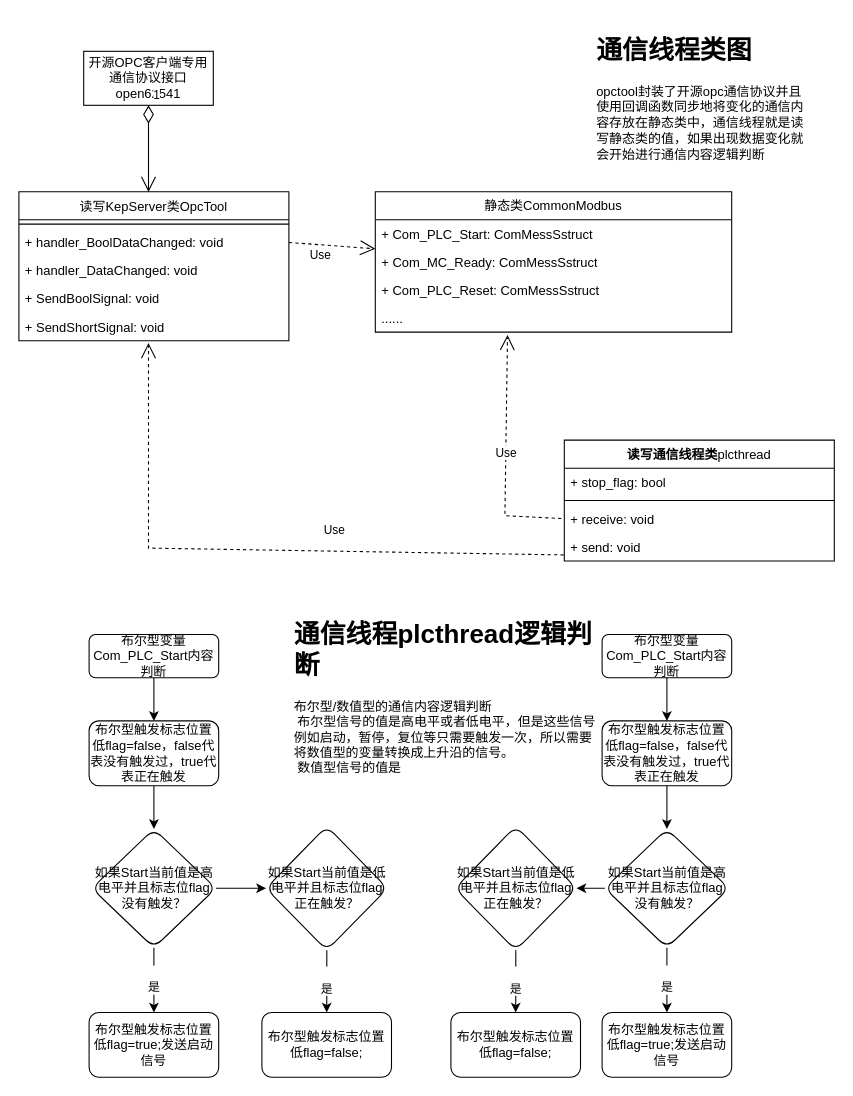
Above: 通信逻辑判断.drawio in wjaswdd/draw.io (draw.io), before the change. Source tidied: cells renumbered, new cells numbered last; positions are measured from the earlier drawing's top-left corner, leaving out a move shared by most shapes. Both pictures are drawn from the tidied source at 108%, with x=0, y=0 at pixel (18, 29).
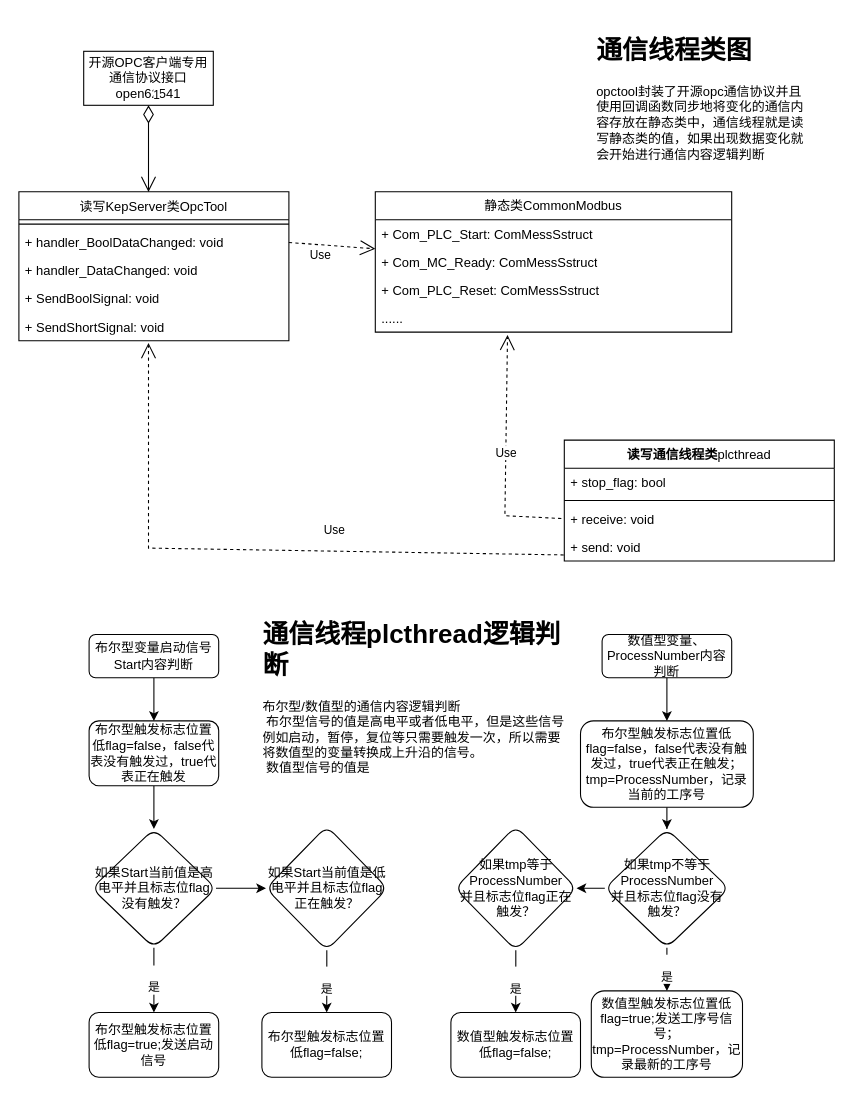
The same diagram, later.

Commit message (it also covers changes not shown here):
更新通信逻辑判断.drawio

What changed in the source:
```diff
@@
-    <mxCell id="3" value="布尔型变量Com_PLC_Start内容判断" style="rounded=1;whiteSpace=wrap;html=1;fontSize=12;glass=0;strokeWidth=1;shadow=0;" parent="1" vertex="1">
+    <mxCell id="3" value="布尔型变量启动信号Start内容判断" style="rounded=1;whiteSpace=wrap;html=1;fontSize=12;glass=0;strokeWidth=1;shadow=0;" parent="1" vertex="1">
       <mxGeometry x="65" y="560" width="120" height="40" as="geometry" />
     </mxCell>
     <mxCell id="4" value="&lt;h1&gt;通信线程plcthread逻辑判断&lt;/h1&gt;&lt;div&gt;布尔型/数值型的通信内容逻辑判断&lt;/div&gt;&lt;div&gt;&lt;span style=&quot;white-space: pre;&quot;&gt; &lt;/span&gt;布尔型信号的值是高电平或者低电平，但是这些信号例如启动，暂停，复位等只需要触发一次，所以需要将数值型的变量转换成上升沿的信号。&lt;/div&gt;&lt;div&gt;&lt;span style=&quot;white-space: pre;&quot;&gt; &lt;/span&gt;数值型信号的值是&lt;br&gt;&lt;/div&gt;" style="text;html=1;strokeColor=none;fillColor=none;spacing=5;spacingTop=-20;whiteSpace=wrap;overflow=hidden;rounded=0;" parent="1" vertex="1">
-      <mxGeometry x="250" y="540" width="295" height="190" as="geometry" />
+      <mxGeometry x="221.2" y="540" width="295" height="190" as="geometry" />
     </mxCell>
@@
-    <mxCell id="37" value="布尔型变量Com_PLC_Start内容判断" style="rounded=1;whiteSpace=wrap;html=1;fontSize=12;glass=0;strokeWidth=1;shadow=0;" parent="1" vertex="1">
+    <mxCell id="37" value="数值型变量、ProcessNumber内容判断" style="rounded=1;whiteSpace=wrap;html=1;fontSize=12;glass=0;strokeWidth=1;shadow=0;" parent="1" vertex="1">
       <mxGeometry x="540" y="560" width="120" height="40" as="geometry" />
     </mxCell>
@@
-    <mxCell id="39" value="布尔型触发标志位置低flag=false，false代表没有触发过，true代表正在触发" style="whiteSpace=wrap;html=1;rounded=1;glass=0;strokeWidth=1;shadow=0;" parent="1" vertex="1">
-      <mxGeometry x="540" y="640" width="120" height="60" as="geometry" />
+    <mxCell id="39" value="布尔型触发标志位置低flag=false，false代表没有触发过，true代表正在触发；tmp=ProcessNumber，记录当前的工序号" style="whiteSpace=wrap;html=1;rounded=1;glass=0;strokeWidth=1;shadow=0;" parent="1" vertex="1">
+      <mxGeometry x="520" y="640" width="160" height="80" as="geometry" />
     </mxCell>
@@
-    <mxCell id="42" value="如果Start当前值是高电平并且标志位flag没有触发？" style="rhombus;whiteSpace=wrap;html=1;rounded=1;glass=0;strokeWidth=1;shadow=0;" parent="1" vertex="1">
+    <mxCell id="42" value="如果tmp不等于ProcessNumber&lt;br&gt;并且标志位flag没有触发？" style="rhombus;whiteSpace=wrap;html=1;rounded=1;glass=0;strokeWidth=1;shadow=0;" parent="1" vertex="1">
       <mxGeometry x="542.5" y="740" width="115" height="110" as="geometry" />
     </mxCell>
-    <mxCell id="43" value="布尔型触发标志位置低flag=true;发送启动信号" style="whiteSpace=wrap;html=1;rounded=1;glass=0;strokeWidth=1;shadow=0;" parent="1" vertex="1">
-      <mxGeometry x="540" y="910" width="120" height="60" as="geometry" />
+    <mxCell id="43" value="数值型触发标志位置低flag=true;发送工序号信号；tmp=ProcessNumber，记录最新的工序号" style="whiteSpace=wrap;html=1;rounded=1;glass=0;strokeWidth=1;shadow=0;" parent="1" vertex="1">
+      <mxGeometry x="530" y="890" width="140" height="80" as="geometry" />
     </mxCell>
@@
-    <mxCell id="45" value="如果Start当前值是低电平并且标志位flag正在触发？" style="rhombus;whiteSpace=wrap;html=1;rounded=1;glass=0;strokeWidth=1;shadow=0;" parent="1" vertex="1">
+    <mxCell id="45" value="如果tmp等于ProcessNumber&lt;br style=&quot;border-color: var(--border-color);&quot;&gt;并且标志位flag正在触发？" style="rhombus;whiteSpace=wrap;html=1;rounded=1;glass=0;strokeWidth=1;shadow=0;" parent="1" vertex="1">
       <mxGeometry x="403.8" y="737.5" width="112.5" height="115" as="geometry" />
     </mxCell>
-    <mxCell id="46" value="布尔型触发标志位置低flag=false;" style="whiteSpace=wrap;html=1;rounded=1;glass=0;strokeWidth=1;shadow=0;" parent="1" vertex="1">
+    <mxCell id="46" value="数值型触发标志位置低flag=false;" style="whiteSpace=wrap;html=1;rounded=1;glass=0;strokeWidth=1;shadow=0;" parent="1" vertex="1">
       <mxGeometry x="400" y="910" width="120" height="60" as="geometry" />
     </mxCell>
```
